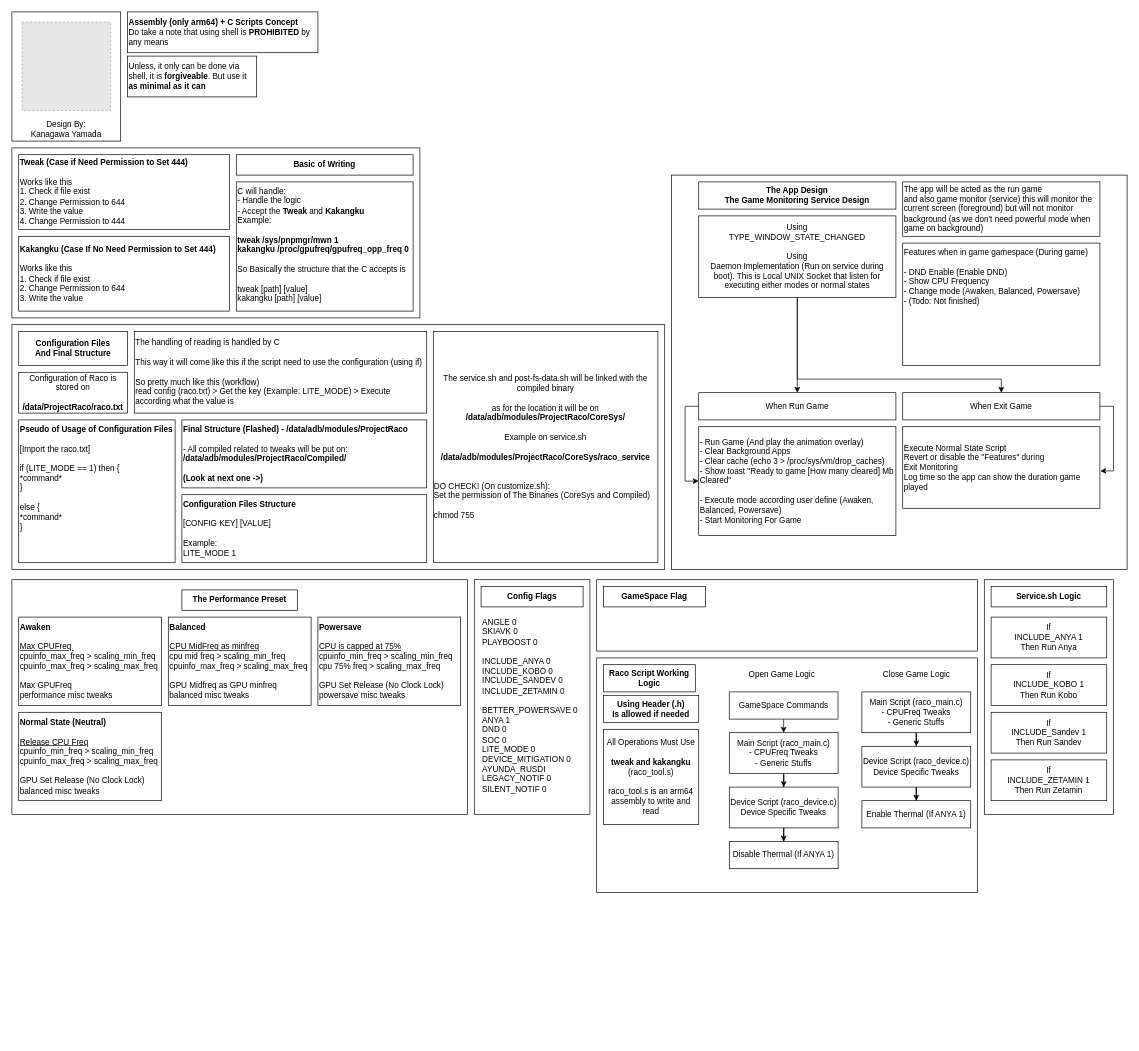
Above: Designs/Structure of Project Raco.drawio in LoggingNewMemory/Project-Raco (draw.io), before the change. Source tidied: cells renumbered, new cells numbered last; positions are measured from the earlier drawing's top-left corner, leaving out a move shared by most shapes. Both pictures are drawn from the tidied source at 68%, with x=0, y=0 at pixel (12, 12). Pictures stored in the file or linked from it are replaced by grey dashed boxes.
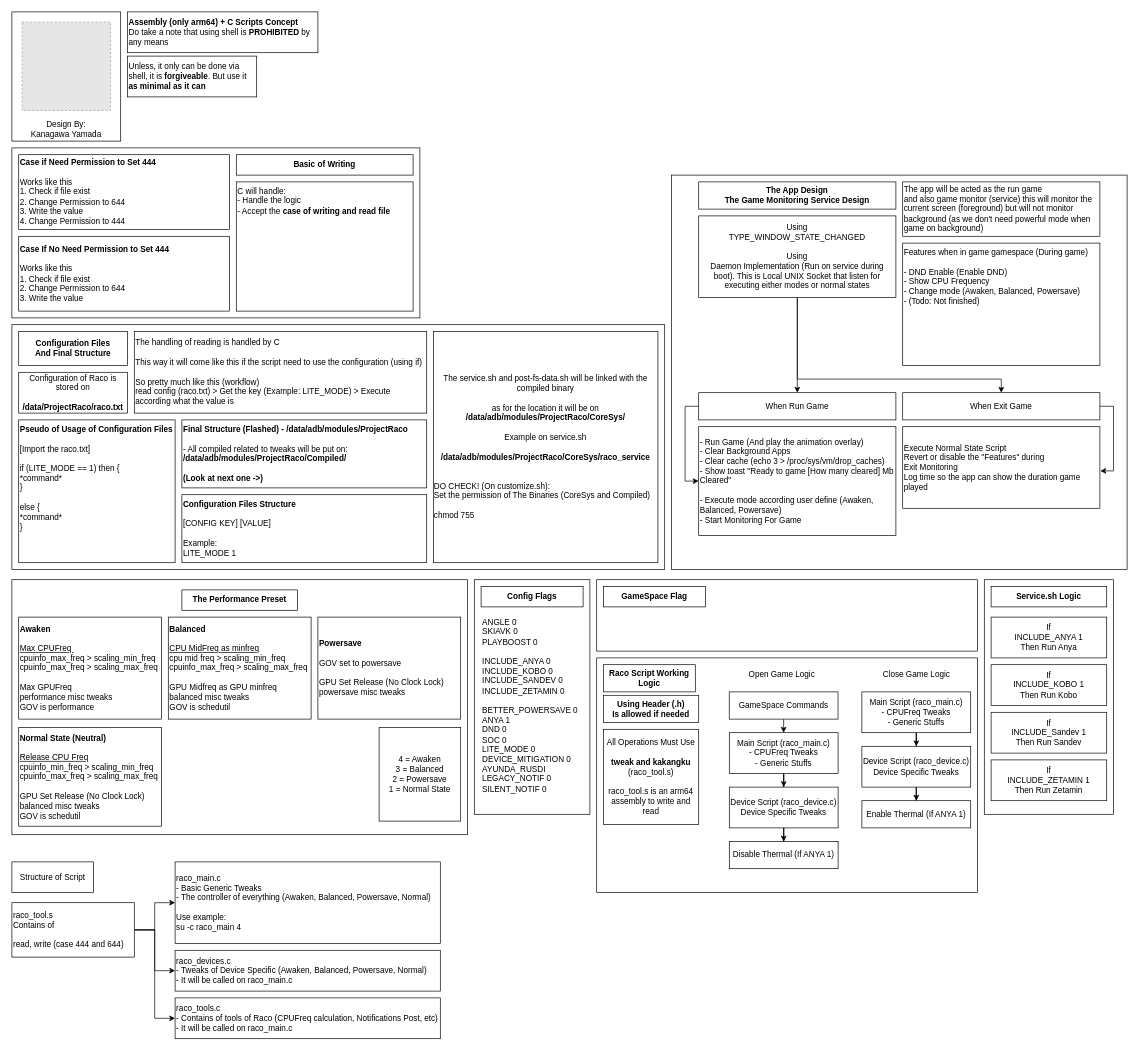
After the change.

Commit message (it also covers changes not shown here):
Header of Raco

What changed in the source:
```diff
@@
     <mxCell id="3" style="rounded=0;whiteSpace=wrap;html=1;" parent="1" vertex="1">
-      <mxGeometry y="835" width="670" height="345" as="geometry" />
+      <mxGeometry y="835" width="670" height="375" as="geometry" />
     </mxCell>
@@
-    <mxCell id="7" value="&lt;div&gt;&lt;b&gt;Tweak (Case if Need Permission to Set 444)&lt;/b&gt;&lt;/div&gt;&lt;div&gt;&lt;br&gt;&lt;/div&gt;&lt;div&gt;Works like this&lt;div&gt;1. Check if file exist&lt;/div&gt;&lt;div&gt;2. Change Permission to 644&lt;/div&gt;&lt;div&gt;3. Write the value&lt;/div&gt;&lt;div&gt;4. Change Permission to 444&lt;/div&gt;&lt;/div&gt;" style="rounded=0;whiteSpace=wrap;html=1;align=left;" parent="1" vertex="1">
+    <mxCell id="7" value="&lt;div&gt;&lt;b&gt;Case if Need Permission to Set 444&lt;/b&gt;&lt;/div&gt;&lt;div&gt;&lt;br&gt;&lt;/div&gt;&lt;div&gt;Works like this&lt;div&gt;1. Check if file exist&lt;/div&gt;&lt;div&gt;2. Change Permission to 644&lt;/div&gt;&lt;div&gt;3. Write the value&lt;/div&gt;&lt;div&gt;4. Change Permission to 444&lt;/div&gt;&lt;/div&gt;" style="rounded=0;whiteSpace=wrap;html=1;align=left;" parent="1" vertex="1">
       <mxGeometry x="10" y="210" width="310" height="110" as="geometry" />
     </mxCell>
-    <mxCell id="8" value="C will handle:&lt;div&gt;- Handle the logic&lt;/div&gt;&lt;div&gt;- Accept the &lt;b&gt;Tweak &lt;/b&gt;and &lt;b&gt;Kakangku&lt;/b&gt;&lt;/div&gt;&lt;div&gt;Example:&amp;nbsp;&lt;/div&gt;&lt;div&gt;&lt;br&gt;&lt;/div&gt;&lt;div style=&quot;&quot;&gt;&lt;b&gt;tweak /sys/pnpmgr/mwn 1&lt;/b&gt;&lt;/div&gt;&lt;div style=&quot;&quot;&gt;&lt;b&gt;kakangku /proc/gpufreq/gpufreq_opp_freq&amp;nbsp;&lt;/b&gt;&lt;b style=&quot;background-color: transparent; color: light-dark(rgb(0, 0, 0), rgb(255, 255, 255));&quot;&gt;0&lt;/b&gt;&lt;/div&gt;&lt;div style=&quot;&quot;&gt;&lt;b&gt;&lt;br&gt;&lt;/b&gt;&lt;/div&gt;&lt;div style=&quot;&quot;&gt;So Basically the structure that the C accepts is&lt;/div&gt;&lt;div style=&quot;&quot;&gt;&lt;br&gt;&lt;/div&gt;&lt;div style=&quot;&quot;&gt;tweak [path] [value]&lt;/div&gt;&lt;div style=&quot;&quot;&gt;kakangku [path] [value]&lt;/div&gt;" style="rounded=0;whiteSpace=wrap;html=1;align=left;verticalAlign=top;" parent="1" vertex="1">
+    <mxCell id="8" value="C will handle:&lt;div&gt;- Handle the logic&lt;/div&gt;&lt;div&gt;- Accept the &lt;b&gt;case of writing and read file&lt;/b&gt;&lt;/div&gt;" style="rounded=0;whiteSpace=wrap;html=1;align=left;verticalAlign=top;" parent="1" vertex="1">
       <mxGeometry x="330" y="250" width="260" height="190" as="geometry" />
     </mxCell>
-    <mxCell id="9" value="&lt;div&gt;&lt;b&gt;Kakangku (Case If No Need Permission to Set 444)&lt;/b&gt;&lt;/div&gt;&lt;div&gt;&lt;b&gt;&lt;br&gt;&lt;/b&gt;&lt;/div&gt;&lt;div&gt;Works like this&lt;div&gt;1. Check if file exist&lt;/div&gt;&lt;div&gt;2. Change Permission to 644&lt;/div&gt;&lt;div&gt;3. Write the value&lt;/div&gt;&lt;/div&gt;" style="rounded=0;whiteSpace=wrap;html=1;align=left;" parent="1" vertex="1">
+    <mxCell id="9" value="&lt;div&gt;&lt;b&gt;Case If No Need Permission to Set 444&lt;/b&gt;&lt;/div&gt;&lt;div&gt;&lt;b&gt;&lt;br&gt;&lt;/b&gt;&lt;/div&gt;&lt;div&gt;Works like this&lt;div&gt;1. Check if file exist&lt;/div&gt;&lt;div&gt;2. Change Permission to 644&lt;/div&gt;&lt;div&gt;3. Write the value&lt;/div&gt;&lt;/div&gt;" style="rounded=0;whiteSpace=wrap;html=1;align=left;" parent="1" vertex="1">
       <mxGeometry x="10" y="330" width="310" height="110" as="geometry" />
     </mxCell>
@@
-    <mxCell id="23" value="&lt;b&gt;Awaken&lt;/b&gt;&lt;br&gt;&lt;div&gt;&lt;b&gt;&lt;br&gt;&lt;/b&gt;&lt;/div&gt;&lt;div&gt;&lt;u&gt;Max CPUFreq&amp;nbsp;&lt;/u&gt;&lt;/div&gt;&lt;div&gt;cpuinfo_max_freq &amp;gt;&amp;nbsp;scaling_min_freq&lt;/div&gt;&lt;div&gt;&lt;div&gt;cpuinfo_max_freq &amp;gt;&amp;nbsp;scaling_max_freq&lt;/div&gt;&lt;div&gt;&lt;br&gt;&lt;/div&gt;&lt;/div&gt;&lt;div&gt;Max GPUFreq&lt;/div&gt;&lt;div&gt;performance misc tweaks&lt;/div&gt;" style="rounded=0;whiteSpace=wrap;html=1;align=left;" parent="1" vertex="1">
-      <mxGeometry x="10" y="890" width="210" height="130" as="geometry" />
+    <mxCell id="23" value="&lt;b&gt;Awaken&lt;/b&gt;&lt;br&gt;&lt;div&gt;&lt;b&gt;&lt;br&gt;&lt;/b&gt;&lt;/div&gt;&lt;div&gt;&lt;u&gt;Max CPUFreq&amp;nbsp;&lt;/u&gt;&lt;/div&gt;&lt;div&gt;cpuinfo_max_freq &amp;gt;&amp;nbsp;scaling_min_freq&lt;/div&gt;&lt;div&gt;&lt;div&gt;cpuinfo_max_freq &amp;gt;&amp;nbsp;scaling_max_freq&lt;/div&gt;&lt;div&gt;&lt;br&gt;&lt;/div&gt;&lt;/div&gt;&lt;div&gt;Max GPUFreq&lt;/div&gt;&lt;div&gt;performance misc tweaks&lt;/div&gt;&lt;div&gt;GOV is performance&lt;/div&gt;" style="rounded=0;whiteSpace=wrap;html=1;align=left;" parent="1" vertex="1">
+      <mxGeometry x="10" y="890" width="210" height="150" as="geometry" />
     </mxCell>
-    <mxCell id="24" value="&lt;b&gt;Balanced&lt;/b&gt;&lt;div&gt;&lt;b&gt;&lt;br&gt;&lt;/b&gt;&lt;/div&gt;&lt;div&gt;&lt;u&gt;CPU MidFreq as minfreq&lt;/u&gt;&lt;/div&gt;&lt;div&gt;cpu mid freq &amp;gt;&amp;nbsp;scaling_min_freq&lt;/div&gt;&lt;div&gt;&lt;div&gt;cpuinfo_max_freq &amp;gt;&amp;nbsp;scaling_max_freq&lt;/div&gt;&lt;div&gt;&lt;br&gt;&lt;/div&gt;&lt;/div&gt;&lt;div&gt;GPU Midfreq as GPU minfreq&lt;/div&gt;&lt;div&gt;balanced misc tweaks&lt;/div&gt;" style="rounded=0;whiteSpace=wrap;html=1;align=left;" parent="1" vertex="1">
-      <mxGeometry x="230" y="890" width="210" height="130" as="geometry" />
+    <mxCell id="24" value="&lt;b&gt;Balanced&lt;/b&gt;&lt;div&gt;&lt;b&gt;&lt;br&gt;&lt;/b&gt;&lt;/div&gt;&lt;div&gt;&lt;u&gt;CPU MidFreq as minfreq&lt;/u&gt;&lt;/div&gt;&lt;div&gt;cpu mid freq &amp;gt;&amp;nbsp;scaling_min_freq&lt;/div&gt;&lt;div&gt;&lt;div&gt;cpuinfo_max_freq &amp;gt;&amp;nbsp;scaling_max_freq&lt;/div&gt;&lt;div&gt;&lt;br&gt;&lt;/div&gt;&lt;/div&gt;&lt;div&gt;GPU Midfreq as GPU minfreq&lt;/div&gt;&lt;div&gt;balanced misc tweaks&lt;/div&gt;&lt;div&gt;GOV is schedutil&lt;/div&gt;" style="rounded=0;whiteSpace=wrap;html=1;align=left;" parent="1" vertex="1">
+      <mxGeometry x="230" y="890" width="210" height="150" as="geometry" />
     </mxCell>
-    <mxCell id="25" value="&lt;div&gt;&lt;b&gt;Powersave&lt;/b&gt;&lt;/div&gt;&lt;div&gt;&lt;b&gt;&lt;br&gt;&lt;/b&gt;&lt;/div&gt;&lt;div&gt;&lt;u&gt;CPU is capped at 75%&lt;/u&gt;&lt;/div&gt;&lt;div&gt;&lt;span style=&quot;background-color: transparent; color: light-dark(rgb(0, 0, 0), rgb(255, 255, 255));&quot;&gt;cpuinfo_min_freq&lt;/span&gt;&amp;nbsp;&amp;gt;&amp;nbsp;&lt;span style=&quot;background-color: transparent; color: light-dark(rgb(0, 0, 0), rgb(255, 255, 255));&quot;&gt;scaling_min_freq&lt;/span&gt;&lt;/div&gt;&lt;div&gt;&lt;div&gt;&lt;span style=&quot;background-color: transparent; color: light-dark(rgb(0, 0, 0), rgb(255, 255, 255));&quot;&gt;cpu 75% freq&lt;/span&gt;&amp;nbsp;&amp;gt;&amp;nbsp;scaling_max_freq&lt;/div&gt;&lt;div&gt;&lt;br&gt;&lt;/div&gt;&lt;/div&gt;&lt;div&gt;GPU Set Release (No Clock Lock)&lt;/div&gt;&lt;div&gt;powersave misc tweaks&lt;/div&gt;" style="rounded=0;whiteSpace=wrap;html=1;align=left;" parent="1" vertex="1">
-      <mxGeometry x="450" y="890" width="210" height="130" as="geometry" />
+    <mxCell id="25" value="&lt;div&gt;&lt;b&gt;Powersave&lt;/b&gt;&lt;/div&gt;&lt;div&gt;&lt;br&gt;&lt;/div&gt;&lt;div&gt;GOV set to powersave&lt;/div&gt;&lt;div&gt;&lt;div&gt;&lt;br&gt;&lt;/div&gt;&lt;/div&gt;&lt;div&gt;GPU Set Release (No Clock Lock)&lt;/div&gt;&lt;div&gt;powersave misc tweaks&lt;br&gt;&lt;/div&gt;" style="rounded=0;whiteSpace=wrap;html=1;align=left;" parent="1" vertex="1">
+      <mxGeometry x="450" y="890" width="210" height="150" as="geometry" />
     </mxCell>
-    <mxCell id="26" value="&lt;div&gt;&lt;b&gt;Normal State (Neutral)&lt;/b&gt;&lt;/div&gt;&lt;div&gt;&lt;br&gt;&lt;/div&gt;&lt;div&gt;&lt;u&gt;Release CPU Freq&lt;/u&gt;&amp;nbsp;&lt;/div&gt;&lt;div&gt;cpuinfo_min_freq &amp;gt;&amp;nbsp;scaling_min_freq&lt;/div&gt;&lt;div&gt;&lt;div&gt;cpuinfo_max_freq &amp;gt;&amp;nbsp;scaling_max_freq&lt;/div&gt;&lt;div&gt;&lt;br&gt;&lt;/div&gt;&lt;/div&gt;&lt;div&gt;GPU Set Release (No Clock Lock)&lt;/div&gt;&lt;div&gt;&lt;span style=&quot;background-color: transparent; color: light-dark(rgb(0, 0, 0), rgb(255, 255, 255));&quot;&gt;balanced misc tweaks&lt;/span&gt;&lt;/div&gt;" style="rounded=0;whiteSpace=wrap;html=1;align=left;" parent="1" vertex="1">
-      <mxGeometry x="10" y="1030" width="210" height="130" as="geometry" />
+    <mxCell id="26" value="&lt;div&gt;&lt;b&gt;Normal State (Neutral)&lt;/b&gt;&lt;/div&gt;&lt;div&gt;&lt;br&gt;&lt;/div&gt;&lt;div&gt;&lt;u&gt;Release CPU Freq&lt;/u&gt;&amp;nbsp;&lt;/div&gt;&lt;div&gt;cpuinfo_min_freq &amp;gt;&amp;nbsp;scaling_min_freq&lt;/div&gt;&lt;div&gt;&lt;div&gt;cpuinfo_max_freq &amp;gt;&amp;nbsp;scaling_max_freq&lt;/div&gt;&lt;div&gt;&lt;br&gt;&lt;/div&gt;&lt;/div&gt;&lt;div&gt;GPU Set Release (No Clock Lock)&lt;/div&gt;&lt;div&gt;&lt;span style=&quot;background-color: transparent; color: light-dark(rgb(0, 0, 0), rgb(255, 255, 255));&quot;&gt;balanced misc tweaks&lt;/span&gt;&lt;/div&gt;&lt;div&gt;&lt;span style=&quot;background-color: transparent; color: light-dark(rgb(0, 0, 0), rgb(255, 255, 255));&quot;&gt;GOV is schedutil&lt;/span&gt;&lt;/div&gt;" style="rounded=0;whiteSpace=wrap;html=1;align=left;" parent="1" vertex="1">
+      <mxGeometry x="10" y="1052.5" width="210" height="145" as="geometry" />
     </mxCell>
@@
+    <mxCell id="68" value="Structure of Script" style="rounded=0;whiteSpace=wrap;html=1;" parent="1" vertex="1">
+      <mxGeometry y="1250" width="120" height="45" as="geometry" />
+    </mxCell>
+    <mxCell id="69" style="edgeStyle=orthogonalEdgeStyle;rounded=0;jettySize=auto;html=1;" parent="1" edge="1" source="72" target="73">
+      <mxGeometry relative="1" as="geometry" />
+    </mxCell>
+    <mxCell id="70" style="edgeStyle=orthogonalEdgeStyle;rounded=0;jettySize=auto;html=1;entryX=0;entryY=0.5;entryDx=0;entryDy=0;" parent="1" edge="1" source="72" target="75">
+      <mxGeometry relative="1" as="geometry" />
+    </mxCell>
+    <mxCell id="71" style="edgeStyle=orthogonalEdgeStyle;rounded=0;jettySize=auto;html=1;entryX=0;entryY=0.5;entryDx=0;entryDy=0;" parent="1" edge="1" source="72" target="76">
+      <mxGeometry relative="1" as="geometry" />
+    </mxCell>
+    <mxCell id="72" value="raco_tool.s&lt;div&gt;Contains of&lt;/div&gt;&lt;div&gt;&lt;br&gt;&lt;/div&gt;&lt;div style=&quot;&quot;&gt;read, write (case 444 and 644)&lt;/div&gt;" style="rounded=0;whiteSpace=wrap;html=1;align=left;" parent="1" vertex="1">
+      <mxGeometry y="1310" width="180" height="80" as="geometry" />
+    </mxCell>
+    <mxCell id="73" value="raco_main.c&lt;div&gt;- Basic Generic Tweaks&lt;/div&gt;&lt;div&gt;- The controller of everything&amp;nbsp;&lt;span style=&quot;background-color: transparent; color: light-dark(rgb(0, 0, 0), rgb(255, 255, 255));&quot;&gt;(Awaken, Balanced, Powersave, Normal)&lt;/span&gt;&lt;/div&gt;&lt;div&gt;&lt;br&gt;&lt;/div&gt;&lt;div&gt;Use example:&lt;/div&gt;&lt;div&gt;su -c raco_main 4&lt;/div&gt;" style="rounded=0;whiteSpace=wrap;html=1;align=left;verticalAlign=middle;" parent="1" vertex="1">
+      <mxGeometry x="240" y="1250" width="390" height="120" as="geometry" />
+    </mxCell>
+    <mxCell id="74" value="4 = Awaken&lt;div&gt;3 = Balanced&lt;/div&gt;&lt;div&gt;2 = Powersave&lt;/div&gt;&lt;div&gt;1 = Normal State&lt;/div&gt;" style="rounded=0;whiteSpace=wrap;html=1;" parent="1" vertex="1">
+      <mxGeometry x="540" y="1052.5" width="120" height="137.5" as="geometry" />
+    </mxCell>
+    <mxCell id="75" value="raco_devices.c&lt;div&gt;- Tweaks of Device Specific (Awaken, Balanced, Powersave, Normal)&lt;/div&gt;&lt;div&gt;- It will be called on raco_main.c&lt;/div&gt;" style="rounded=0;whiteSpace=wrap;html=1;align=left;verticalAlign=middle;" parent="1" vertex="1">
+      <mxGeometry x="240" y="1380" width="390" height="60" as="geometry" />
+    </mxCell>
+    <mxCell id="76" value="raco_tools.c&lt;div&gt;- Contains of tools of Raco (CPUFreq calculation, Notifications Post, etc)&lt;/div&gt;&lt;div&gt;- It will be called on raco_main.c&lt;/div&gt;" style="rounded=0;whiteSpace=wrap;html=1;align=left;verticalAlign=middle;" parent="1" vertex="1">
+      <mxGeometry x="240" y="1450" width="390" height="60" as="geometry" />
+    </mxCell>
```
